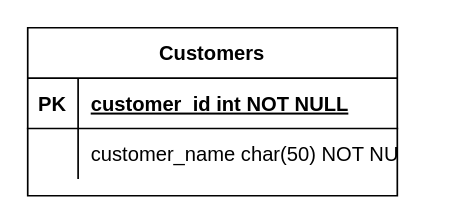
Earlier version of the draw.io diagram PetDBModeling.drawio (hwlee9905/Pet-Care-Hub). Source tidied: cells renumbered, new cells numbered last; positions are measured from the earlier drawing's top-left corner, leaving out a move shared by most shapes. Both pictures are drawn from the tidied source at 168%, with x=0, y=0 at pixel (27, 27).
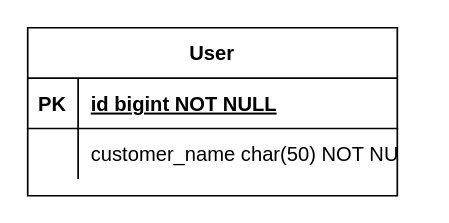
Above is the later version.

What changed in the source:
```diff
@@
 <mxGraphModel>
   <root>
     <mxCell id="0" />
     <mxCell id="1" parent="0" />
-    <mxCell id="2" value="Customers" style="shape=table;startSize=30;childLayout=tableLayout;rowLines=0;fontStyle=1;align=center;" parent="1" vertex="1">
+    <mxCell id="2" value="User" style="shape=table;startSize=30;childLayout=tableLayout;rowLines=0;fontStyle=1;align=center;" parent="1" vertex="1">
       <mxGeometry width="220" height="100" as="geometry" />
     </mxCell>
     <mxCell id="3" style="shape=partialRectangle;fillColor=none;top=0;left=0;right=0;bottom=1;" parent="2" vertex="1">
       <mxGeometry y="30" width="220" height="30" as="geometry" />
     </mxCell>
     <mxCell id="4" value="PK" style="shape=partialRectangle;overflow=hidden;fillColor=none;top=0;left=0;bottom=0;right=0;fontStyle=1;" parent="3" vertex="1">
       <mxGeometry width="30" height="30" as="geometry" />
     </mxCell>
-    <mxCell id="5" value="customer_id int NOT NULL " style="shape=partialRectangle;overflow=hidden;fillColor=none;top=0;left=0;bottom=0;right=0;align=left;spacingLeft=6;fontStyle=5;" parent="3" vertex="1">
+    <mxCell id="5" value="id bigint NOT NULL " style="shape=partialRectangle;overflow=hidden;fillColor=none;top=0;left=0;bottom=0;right=0;align=left;spacingLeft=6;fontStyle=5;" parent="3" vertex="1">
       <mxGeometry x="30" width="190" height="30" as="geometry" />
     </mxCell>
     <mxCell id="6" style="shape=partialRectangle;fillColor=none;top=0;left=0;right=0;bottom=0;" parent="2" vertex="1">
       <mxGeometry y="60" width="220" height="30" as="geometry" />
     </mxCell>
     <mxCell id="7" style="shape=partialRectangle;overflow=hidden;fillColor=none;top=0;left=0;bottom=0;right=0;" parent="6" vertex="1">
       <mxGeometry width="30" height="30" as="geometry" />
     </mxCell>
     <mxCell id="8" value="customer_name char(50) NOT NULL" style="shape=partialRectangle;overflow=hidden;fillColor=none;top=0;left=0;bottom=0;right=0;align=left;spacingLeft=6;" parent="6" vertex="1">
       <mxGeometry x="30" width="190" height="30" as="geometry" />
     </mxCell>
   </root>
 </mxGraphModel>
```
